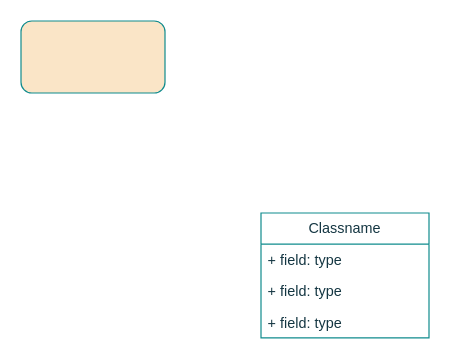
Earlier version of the draw.io diagram 2026/January/VUCA_Aggregation/Untitled Diagram.drawio (sbindgithub/dev-journal). Source tidied: cells renumbered, new cells numbered last; positions are measured from the earlier drawing's top-left corner, leaving out a move shared by most shapes. Both pictures are drawn from the tidied source at 120%, with x=0, y=0 at pixel (20, 20).
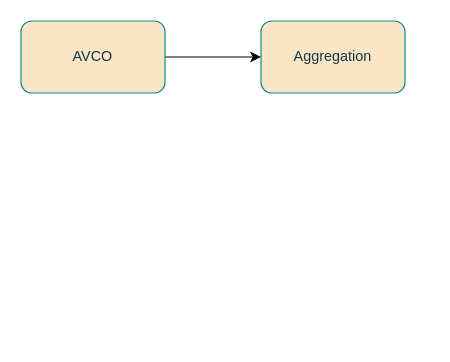
Above is the later version.

What changed in the source:
```diff
@@
 <mxGraphModel>
   <root>
     <mxCell id="0" />
     <mxCell id="1" parent="0" />
+    <mxCell id="7" style="edgeStyle=orthogonalEdgeStyle;rounded=0;jettySize=auto;html=1;" parent="1" edge="1" source="2" target="8">
+      <mxGeometry relative="1" as="geometry" />
+    </mxCell>
-    <mxCell id="2" style="rounded=1;whiteSpace=wrap;html=1;labelBackgroundColor=none;fillColor=#FAE5C7;strokeColor=#0F8B8D;fontColor=#143642;" parent="1" vertex="1">
+    <mxCell id="2" value="AVCO" style="rounded=1;whiteSpace=wrap;html=1;labelBackgroundColor=none;fillColor=#FAE5C7;strokeColor=#0F8B8D;fontColor=#143642;" parent="1" vertex="1">
       <mxGeometry width="120" height="60" as="geometry" />
     </mxCell>
-    <mxCell id="3" value="Classname" style="swimlane;fontStyle=0;horizontal=1;startSize=26;fillColor=none;whiteSpace=wrap;html=1;labelBackgroundColor=none;strokeColor=#0F8B8D;fontColor=#143642;" parent="1" vertex="1">
-      <mxGeometry x="200" y="160" width="140" height="104" as="geometry" />
-    </mxCell>
-    <mxCell id="4" value="+ field: type" style="text;strokeColor=none;fillColor=none;align=left;verticalAlign=top;spacingLeft=4;spacingRight=4;overflow=hidden;whiteSpace=wrap;html=1;labelBackgroundColor=none;fontColor=#143642;" parent="3" vertex="1">
-      <mxGeometry y="26" width="140" height="26" as="geometry" />
-    </mxCell>
-    <mxCell id="5" value="+ field: type" style="text;strokeColor=none;fillColor=none;align=left;verticalAlign=top;spacingLeft=4;spacingRight=4;overflow=hidden;whiteSpace=wrap;html=1;labelBackgroundColor=none;fontColor=#143642;" parent="3" vertex="1">
-      <mxGeometry y="52" width="140" height="26" as="geometry" />
-    </mxCell>
-    <mxCell id="6" value="+ field: type" style="text;strokeColor=none;fillColor=none;align=left;verticalAlign=top;spacingLeft=4;spacingRight=4;overflow=hidden;whiteSpace=wrap;html=1;labelBackgroundColor=none;fontColor=#143642;" parent="3" vertex="1">
-      <mxGeometry y="78" width="140" height="26" as="geometry" />
-    </mxCell>
+    <mxCell id="8" value="Aggregation" style="whiteSpace=wrap;html=1;fillColor=#FAE5C7;strokeColor=#0F8B8D;fontColor=#143642;rounded=1;labelBackgroundColor=none;" parent="1" vertex="1">
+      <mxGeometry x="200" width="120" height="60" as="geometry" />
+    </mxCell>
   </root>
 </mxGraphModel>
```
